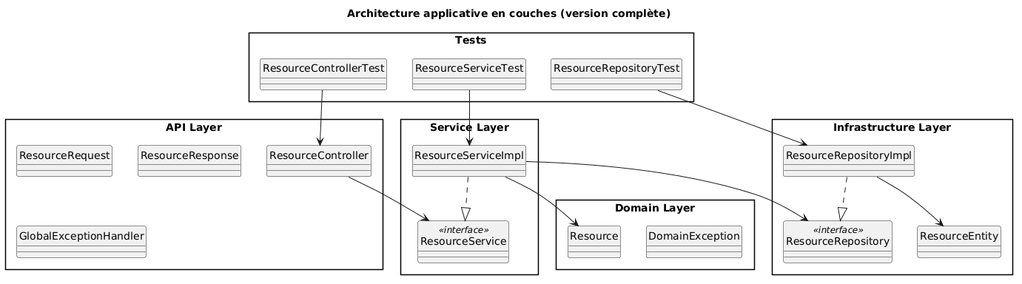
Before: docs/logical_architecture.png, a diagram exported from PlantUML (vcharrie/demo_application).
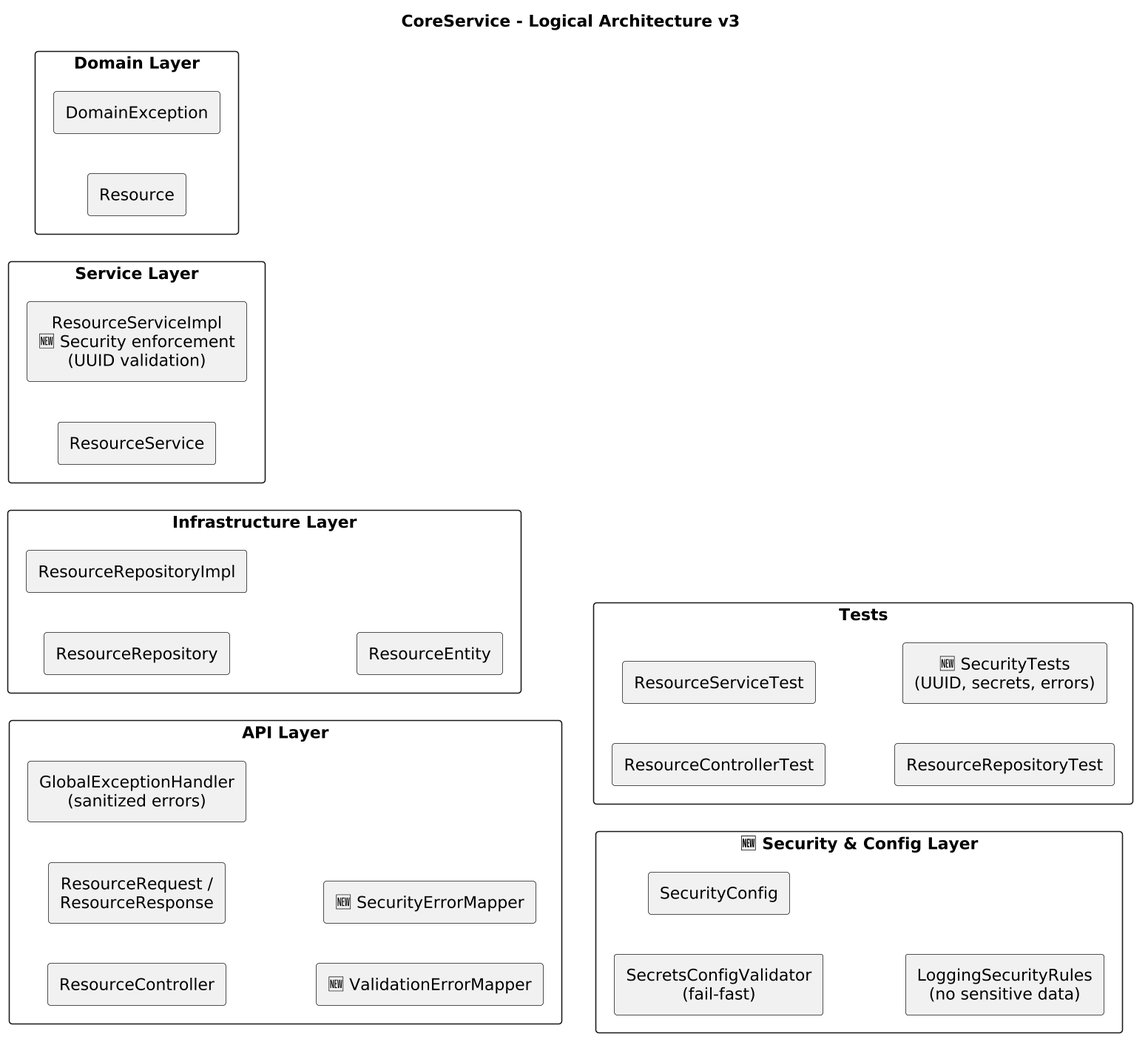
After the commit.

The edit, as a diff of the source:
```diff
@@ -1,46 +1,48 @@
 @startuml
-skinparam style strictuml
+title CoreService - Logical Architecture v3
+
+skinparam rectangleStyle rounded
+skinparam shadowing false
+skinparam defaultTextAlignment center
 skinparam packageStyle rectangle
+skinparam dpi 150
 
-title Architecture applicative en couches (version complète)
+left to right direction
 
 package "API Layer" {
-  class ResourceController
-  class ResourceRequest
-  class ResourceResponse
-  class GlobalExceptionHandler
+  rectangle "ResourceController"
+  rectangle "ResourceRequest /\nResourceResponse"
+  rectangle "GlobalExceptionHandler\n(sanitized errors)"
+  rectangle "🆕 ValidationErrorMapper"
+  rectangle "🆕 SecurityErrorMapper"
 }
 
 package "Service Layer" {
-  class ResourceService <<interface>>
-  class ResourceServiceImpl
+  rectangle "ResourceService"
+  rectangle "ResourceServiceImpl\n🆕 Security enforcement\n(UUID validation)"
 }
 
 package "Domain Layer" {
-  class Resource
-  class DomainException
+  rectangle "Resource"
+  rectangle "DomainException"
 }
 
 package "Infrastructure Layer" {
-  class ResourceRepository <<interface>>
-  class ResourceRepositoryImpl
-  class ResourceEntity
+  rectangle "ResourceRepository"
+  rectangle "ResourceRepositoryImpl"
+  rectangle "ResourceEntity"
+}
+
+package "🆕 Security & Config Layer" {
+  rectangle "SecretsConfigValidator\n(fail-fast)"
+  rectangle "SecurityConfig"
+  rectangle "LoggingSecurityRules\n(no sensitive data)"
 }
 
 package "Tests" {
-  class ResourceControllerTest
-  class ResourceServiceTest
-  class ResourceRepositoryTest
+  rectangle "ResourceControllerTest"
+  rectangle "ResourceServiceTest"
+  rectangle "ResourceRepositoryTest"
+  rectangle "🆕 SecurityTests\n(UUID, secrets, errors)"
 }
-
-ResourceController --> ResourceService
-ResourceServiceImpl ..|> ResourceService
-ResourceServiceImpl --> Resource
-ResourceServiceImpl --> ResourceRepository
-ResourceRepositoryImpl ..|> ResourceRepository
-ResourceRepositoryImpl --> ResourceEntity
-
-ResourceControllerTest --> ResourceController
-ResourceServiceTest --> ResourceServiceImpl
-ResourceRepositoryTest --> ResourceRepositoryImpl
 @enduml
```
